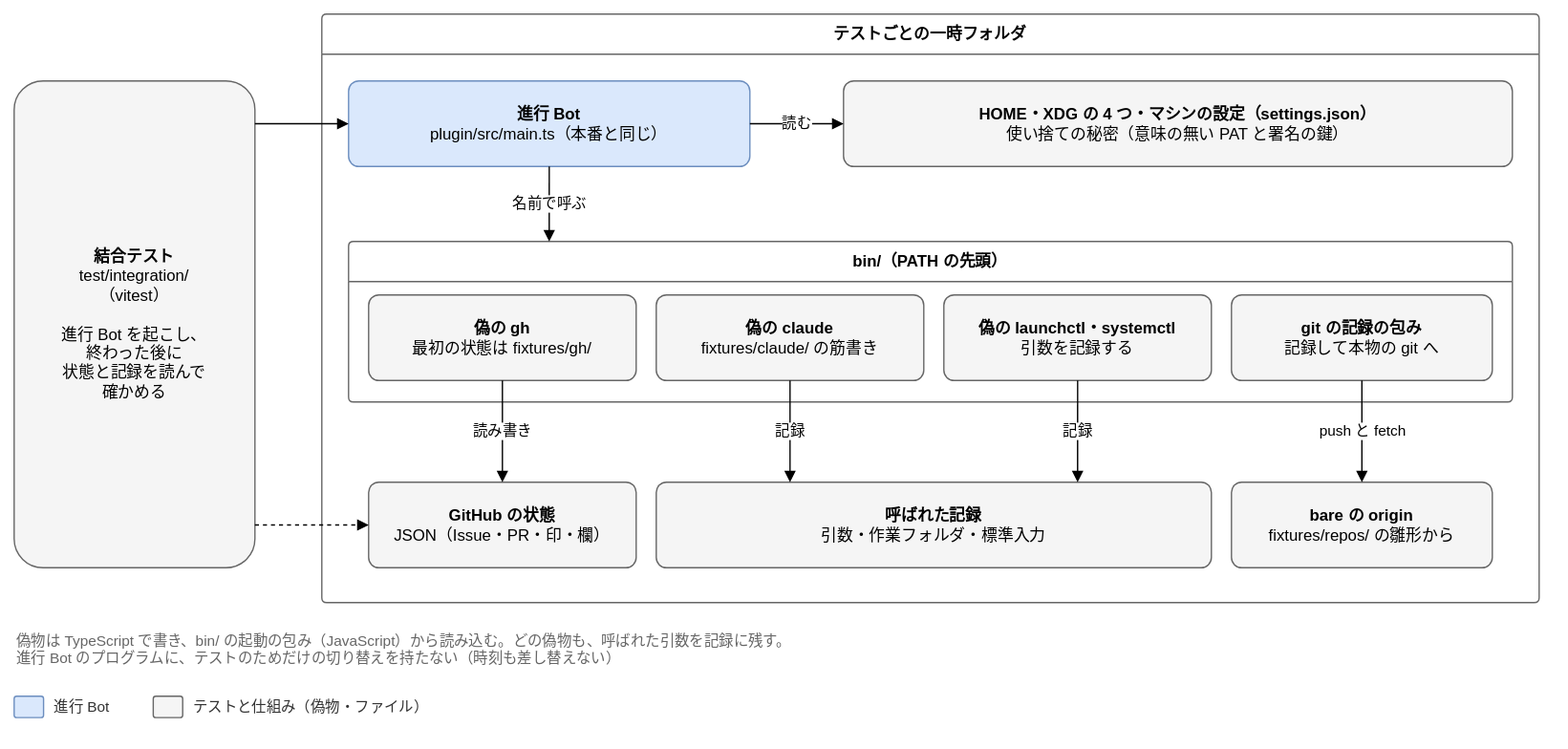
Above: docs/design/basic/diagrams/05-integration.drawio.svg in Joymerrevent/dev-autopilot (draw.io), before the change. Source tidied: cells renumbered, new cells last; positions are measured from the earlier drawing's top-left corner, leaving out a move shared by most shapes. The source it was exported from:
```xml
<mxGraphModel background="#ffffff">
  <root>
    <mxCell id="0" />
    <mxCell id="1" parent="0" />
    <mxCell id="2" value="&lt;b&gt;結合テスト&lt;/b&gt;&lt;br&gt;test/integration/&lt;br&gt;（vitest）&lt;br&gt;&lt;br&gt;進行 Bot を起こし、&lt;br&gt;終わった後に&lt;br&gt;状態と記録を読んで&lt;br&gt;確かめる" style="rounded=1;whiteSpace=wrap;html=1;fontSize=12;arcSize=12;spacing=12;fillColor=#f5f5f5;strokeColor=#666666;" parent="1" vertex="1">
      <mxGeometry y="50" width="180" height="364" as="geometry" />
    </mxCell>
    <mxCell id="3" value="テストごとの一時フォルダ" style="swimlane;startSize=30;html=1;whiteSpace=wrap;rounded=1;arcSize=4;fontStyle=1;fontSize=12;strokeColor=#666666;fillColor=none;swimlaneFillColor=none;" parent="1" vertex="1">
      <mxGeometry x="230" width="910" height="440" as="geometry" />
    </mxCell>
    <mxCell id="4" value="&lt;b&gt;進行 Bot&lt;/b&gt;&lt;br&gt;plugin/src/main.ts（本番と同じ）" style="rounded=1;whiteSpace=wrap;html=1;fontSize=12;arcSize=12;spacing=12;fillColor=#dae8fc;strokeColor=#6c8ebf;" parent="1" vertex="1">
      <mxGeometry x="250" y="50" width="300" height="64" as="geometry" />
    </mxCell>
    <mxCell id="5" value="&lt;b&gt;HOME・XDG の 4 つ・マシンの設定（settings.json）&lt;/b&gt;&lt;br&gt;使い捨ての秘密（意味の無い PAT と署名の鍵）" style="rounded=1;whiteSpace=wrap;html=1;fontSize=12;arcSize=12;spacing=12;fillColor=#f5f5f5;strokeColor=#666666;" parent="1" vertex="1">
      <mxGeometry x="620" y="50" width="500" height="64" as="geometry" />
    </mxCell>
    <mxCell id="6" value="bin/（PATH の先頭）" style="swimlane;startSize=30;html=1;whiteSpace=wrap;rounded=1;arcSize=4;fontStyle=1;fontSize=12;strokeColor=#666666;fillColor=none;swimlaneFillColor=none;" parent="1" vertex="1">
      <mxGeometry x="250" y="170" width="870" height="120" as="geometry" />
    </mxCell>
    <mxCell id="7" value="&lt;b&gt;偽の gh&lt;/b&gt;&lt;br&gt;最初の状態は fixtures/gh/" style="rounded=1;whiteSpace=wrap;html=1;fontSize=12;arcSize=12;spacing=12;fillColor=#f5f5f5;strokeColor=#666666;" parent="1" vertex="1">
      <mxGeometry x="265" y="210" width="200" height="64" as="geometry" />
    </mxCell>
    <mxCell id="8" value="&lt;b&gt;偽の claude&lt;/b&gt;&lt;br&gt;fixtures/claude/ の筋書き" style="rounded=1;whiteSpace=wrap;html=1;fontSize=12;arcSize=12;spacing=12;fillColor=#f5f5f5;strokeColor=#666666;" parent="1" vertex="1">
      <mxGeometry x="480" y="210" width="200" height="64" as="geometry" />
    </mxCell>
    <mxCell id="9" value="&lt;b&gt;偽の launchctl・systemctl&lt;/b&gt;&lt;br&gt;引数を記録する" style="rounded=1;whiteSpace=wrap;html=1;fontSize=12;arcSize=12;spacing=12;fillColor=#f5f5f5;strokeColor=#666666;" parent="1" vertex="1">
      <mxGeometry x="695" y="210" width="200" height="64" as="geometry" />
    </mxCell>
    <mxCell id="10" value="&lt;b&gt;git の記録の包み&lt;/b&gt;&lt;br&gt;記録して本物の git へ" style="rounded=1;whiteSpace=wrap;html=1;fontSize=12;arcSize=12;spacing=12;fillColor=#f5f5f5;strokeColor=#666666;" parent="1" vertex="1">
      <mxGeometry x="910" y="210" width="195" height="64" as="geometry" />
    </mxCell>
    <mxCell id="11" value="&lt;b&gt;GitHub の状態&lt;/b&gt;&lt;br&gt;JSON（Issue・PR・印・欄）" style="rounded=1;whiteSpace=wrap;html=1;fontSize=12;arcSize=12;spacing=12;fillColor=#f5f5f5;strokeColor=#666666;" parent="1" vertex="1">
      <mxGeometry x="265" y="350" width="200" height="64" as="geometry" />
    </mxCell>
    <mxCell id="12" value="&lt;b&gt;呼ばれた記録&lt;/b&gt;&lt;br&gt;引数・作業フォルダ・標準入力" style="rounded=1;whiteSpace=wrap;html=1;fontSize=12;arcSize=12;spacing=12;fillColor=#f5f5f5;strokeColor=#666666;" parent="1" vertex="1">
      <mxGeometry x="480" y="350" width="415" height="64" as="geometry" />
    </mxCell>
    <mxCell id="13" value="&lt;b&gt;bare の origin&lt;/b&gt;&lt;br&gt;fixtures/repos/ の雛形から" style="rounded=1;whiteSpace=wrap;html=1;fontSize=12;arcSize=12;spacing=12;fillColor=#f5f5f5;strokeColor=#666666;" parent="1" vertex="1">
      <mxGeometry x="910" y="350" width="195" height="64" as="geometry" />
    </mxCell>
    <mxCell id="14" style="edgeStyle=orthogonalEdgeStyle;rounded=1;html=1;endArrow=block;endFill=1;fontSize=11;labelBackgroundColor=#ffffff;exitX=1;exitY=0.0879;exitDx=0;exitDy=0;entryX=0;entryY=0.5;entryDx=0;entryDy=0;" parent="1" edge="1" source="2" target="4">
      <mxGeometry relative="1" as="geometry" />
    </mxCell>
    <mxCell id="15" value="読む" style="edgeStyle=orthogonalEdgeStyle;rounded=1;html=1;endArrow=block;endFill=1;fontSize=11;labelBackgroundColor=#ffffff;exitX=1;exitY=0.5;exitDx=0;exitDy=0;entryX=0;entryY=0.5;entryDx=0;entryDy=0;" parent="1" edge="1" source="4" target="5">
      <mxGeometry relative="1" as="geometry" />
    </mxCell>
    <mxCell id="16" value="名前で呼ぶ" style="edgeStyle=orthogonalEdgeStyle;rounded=1;html=1;endArrow=block;endFill=1;fontSize=11;labelBackgroundColor=#ffffff;exitX=0.5;exitY=1;exitDx=0;exitDy=0;entryX=0.1724;entryY=0;entryDx=0;entryDy=0;" parent="1" edge="1" source="4" target="6">
      <mxGeometry relative="1" as="geometry" />
    </mxCell>
    <mxCell id="17" value="読み書き" style="edgeStyle=orthogonalEdgeStyle;rounded=1;html=1;endArrow=block;endFill=1;fontSize=11;labelBackgroundColor=#ffffff;exitX=0.5;exitY=1;exitDx=0;exitDy=0;entryX=0.5;entryY=0;entryDx=0;entryDy=0;" parent="1" edge="1" source="7" target="11">
      <mxGeometry relative="1" as="geometry" />
    </mxCell>
    <mxCell id="18" value="記録" style="edgeStyle=orthogonalEdgeStyle;rounded=1;html=1;endArrow=block;endFill=1;fontSize=11;labelBackgroundColor=#ffffff;exitX=0.5;exitY=1;exitDx=0;exitDy=0;entryX=0.241;entryY=0;entryDx=0;entryDy=0;" parent="1" edge="1" source="8" target="12">
      <mxGeometry relative="1" as="geometry" />
    </mxCell>
    <mxCell id="19" value="記録" style="edgeStyle=orthogonalEdgeStyle;rounded=1;html=1;endArrow=block;endFill=1;fontSize=11;labelBackgroundColor=#ffffff;exitX=0.5;exitY=1;exitDx=0;exitDy=0;entryX=0.759;entryY=0;entryDx=0;entryDy=0;" parent="1" edge="1" source="9" target="12">
      <mxGeometry relative="1" as="geometry" />
    </mxCell>
    <mxCell id="20" value="push と fetch" style="edgeStyle=orthogonalEdgeStyle;rounded=1;html=1;endArrow=block;endFill=1;fontSize=11;labelBackgroundColor=#ffffff;exitX=0.5;exitY=1;exitDx=0;exitDy=0;entryX=0.5;entryY=0;entryDx=0;entryDy=0;" parent="1" edge="1" source="10" target="13">
      <mxGeometry relative="1" as="geometry" />
    </mxCell>
    <mxCell id="21" style="edgeStyle=orthogonalEdgeStyle;rounded=1;html=1;endArrow=block;endFill=1;fontSize=11;labelBackgroundColor=#ffffff;dashed=1;exitX=1;exitY=0.912;exitDx=0;exitDy=0;entryX=0;entryY=0.5;entryDx=0;entryDy=0;" parent="1" edge="1" source="2" target="11">
      <mxGeometry relative="1" as="geometry" />
    </mxCell>
    <mxCell id="22" value="偽物は TypeScript で書き、bin/ の起動の包み（JavaScript）から読み込む。どの偽物も、呼ばれた引数を記録に残す。&lt;br&gt;進行 Bot のプログラムに、テストのためだけの切り替えを持たない（時刻も差し替えない）" style="text;html=1;whiteSpace=wrap;align=left;verticalAlign=top;fontSize=11;fontColor=#666666;" parent="1" vertex="1">
      <mxGeometry y="456" width="1140" height="36" as="geometry" />
    </mxCell>
    <mxCell id="23" style="rounded=1;whiteSpace=wrap;html=1;fontSize=12;arcSize=12;spacing=12;fillColor=#dae8fc;strokeColor=#6c8ebf;" parent="1" vertex="1">
      <mxGeometry y="510" width="22" height="16" as="geometry" />
    </mxCell>
    <mxCell id="24" value="進行 Bot" style="text;html=1;align=left;verticalAlign=middle;fontSize=11;fontColor=#333333;" parent="1" vertex="1">
      <mxGeometry x="28" y="508" width="60" height="20" as="geometry" />
    </mxCell>
    <mxCell id="25" style="rounded=1;whiteSpace=wrap;html=1;fontSize=12;arcSize=12;spacing=12;fillColor=#f5f5f5;strokeColor=#666666;" parent="1" vertex="1">
      <mxGeometry x="104" y="510" width="22" height="16" as="geometry" />
    </mxCell>
    <mxCell id="26" value="テストと仕組み（偽物・ファイル）" style="text;html=1;align=left;verticalAlign=middle;fontSize=11;fontColor=#333333;" parent="1" vertex="1">
      <mxGeometry x="132" y="508" width="200" height="20" as="geometry" />
    </mxCell>
  </root>
</mxGraphModel>
```
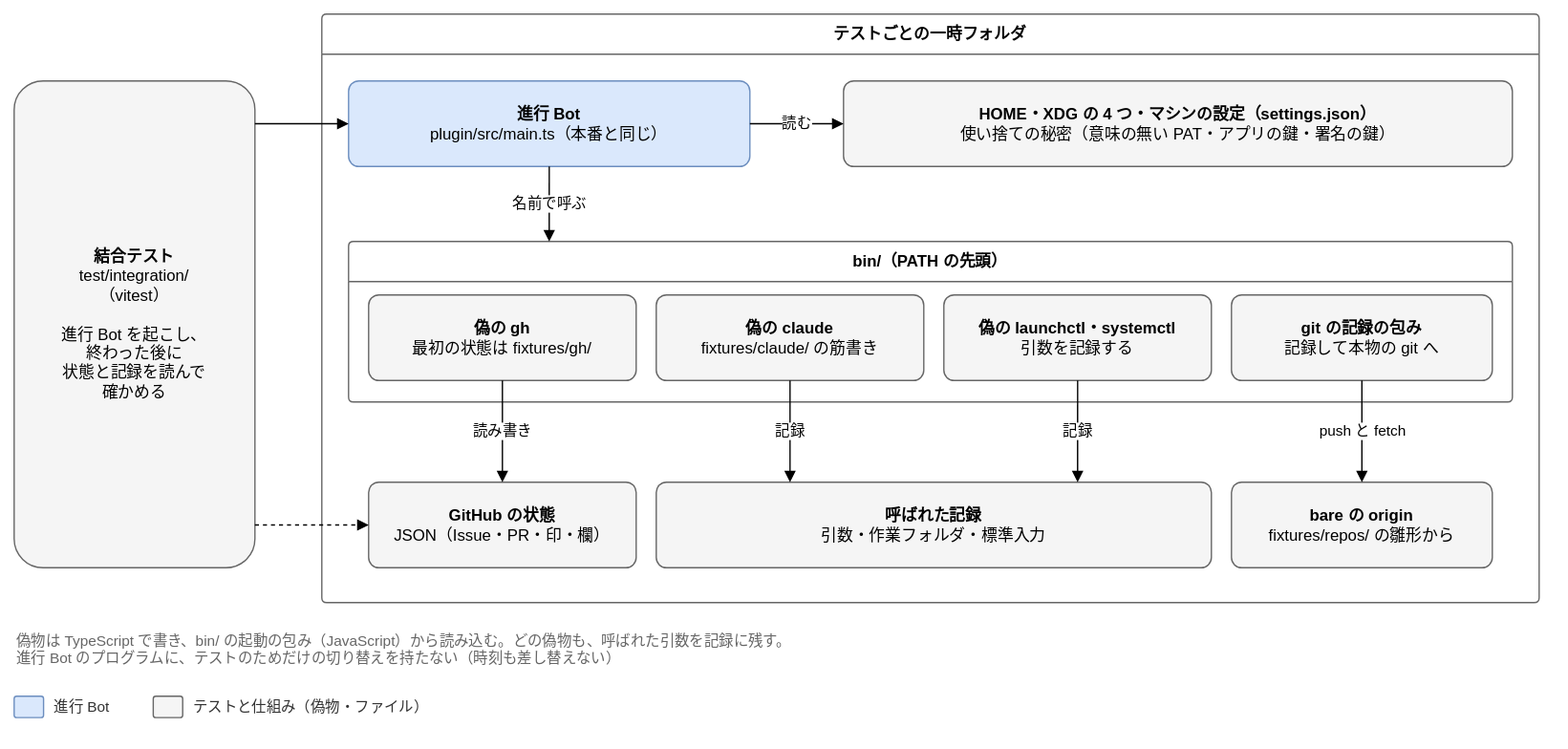
Above is the later version.

What changed in the source:
```diff
@@ -11,7 +11,7 @@
     <mxCell id="4" value="&lt;b&gt;進行 Bot&lt;/b&gt;&lt;br&gt;plugin/src/main.ts（本番と同じ）" style="rounded=1;whiteSpace=wrap;html=1;fontSize=12;arcSize=12;spacing=12;fillColor=#dae8fc;strokeColor=#6c8ebf;" parent="1" vertex="1">
       <mxGeometry x="250" y="50" width="300" height="64" as="geometry" />
     </mxCell>
-    <mxCell id="5" value="&lt;b&gt;HOME・XDG の 4 つ・マシンの設定（settings.json）&lt;/b&gt;&lt;br&gt;使い捨ての秘密（意味の無い PAT と署名の鍵）" style="rounded=1;whiteSpace=wrap;html=1;fontSize=12;arcSize=12;spacing=12;fillColor=#f5f5f5;strokeColor=#666666;" parent="1" vertex="1">
+    <mxCell id="5" value="&lt;b&gt;HOME・XDG の 4 つ・マシンの設定（settings.json）&lt;/b&gt;&lt;br&gt;使い捨ての秘密（意味の無い PAT・アプリの鍵・署名の鍵）" style="rounded=1;whiteSpace=wrap;html=1;fontSize=12;arcSize=12;spacing=12;fillColor=#f5f5f5;strokeColor=#666666;" parent="1" vertex="1">
       <mxGeometry x="620" y="50" width="500" height="64" as="geometry" />
     </mxCell>
     <mxCell id="6" value="bin/（PATH の先頭）" style="swimlane;startSize=30;html=1;whiteSpace=wrap;rounded=1;arcSize=4;fontStyle=1;fontSize=12;strokeColor=#666666;fillColor=none;swimlaneFillColor=none;" parent="1" vertex="1">
```
